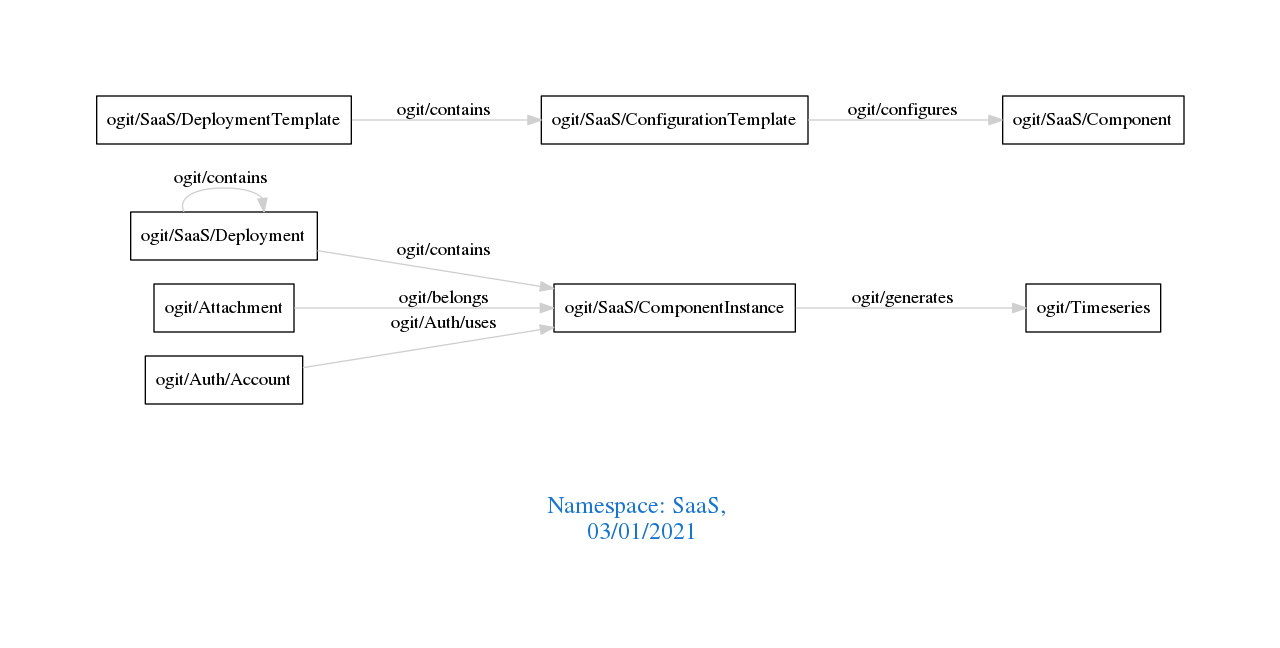
arago/OGIT keeps this Graphviz diagram as downloads/SaaS.png. Above is the earlier version. Its source is kept beside it as downloads/SaaS.dot.
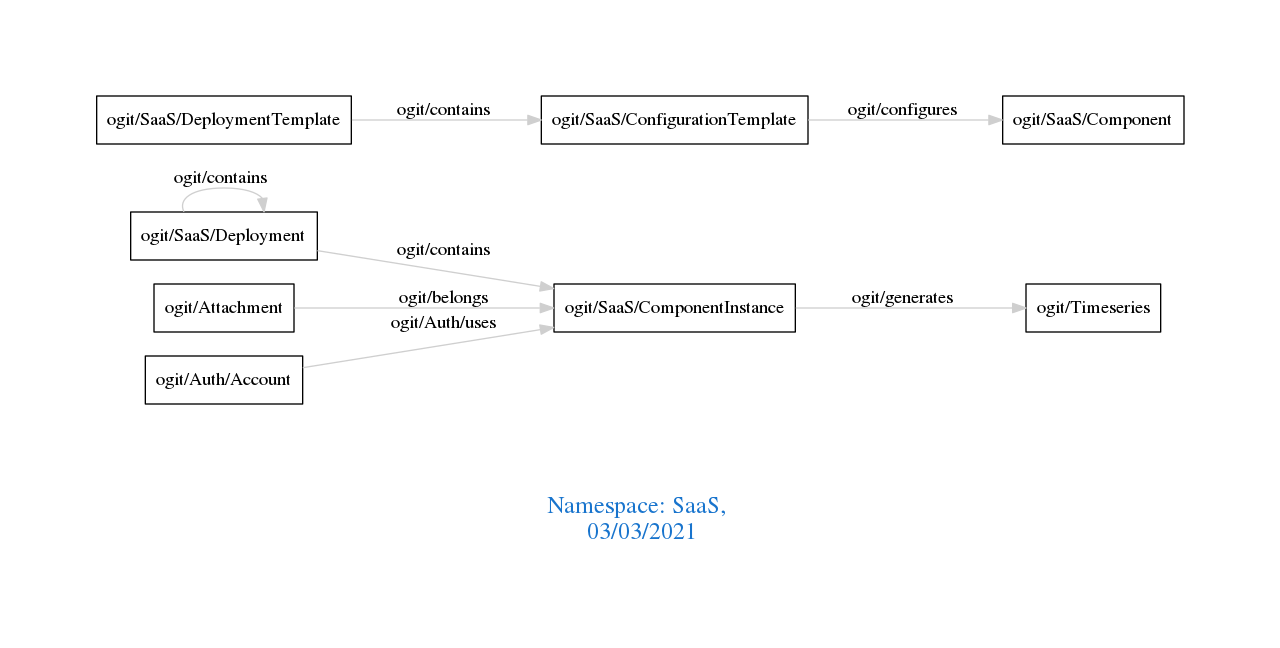
After the change.

Diff of the diagram source:
```diff
@@ -1,7 +1,7 @@
 digraph OGIT_ontology {
  graph [ rankdir= LR,pad=1
 fontsize = 18,
-fontcolor= dodgerblue3,label = "\n\n\nNamespace: SaaS, \n 03/01/2021"];
+fontcolor= dodgerblue3,label = "\n\n\nNamespace: SaaS, \n 03/03/2021"];
 node[shape=polygon];
 edge [  color="gray81"];
 
```
